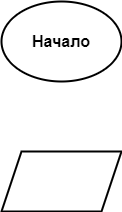
ga1kokuj1n/Lab1 keeps this draw.io diagram as Lab1/Lab1.2/Lab1.2.drawio.png. Above is the earlier version. Source tidied: cells renumbered, new cells last; positions are measured from the earlier drawing's top-left corner, leaving out a move shared by most shapes. Its diagram source:
```xml
<mxGraphModel>
  <root>
    <mxCell id="0" />
    <mxCell id="1" parent="0" />
    <mxCell id="2" value="&lt;b&gt;&lt;font style=&quot;font-size: 16px&quot;&gt;Начало&lt;/font&gt;&lt;/b&gt;" style="ellipse;whiteSpace=wrap;html=1;strokeWidth=2;" parent="1" vertex="1">
      <mxGeometry width="120" height="80" as="geometry" />
    </mxCell>
    <mxCell id="3" style="shape=parallelogram;perimeter=parallelogramPerimeter;whiteSpace=wrap;html=1;fixedSize=1;fontSize=16;strokeWidth=2;" parent="1" vertex="1">
      <mxGeometry y="150" width="120" height="60" as="geometry" />
    </mxCell>
  </root>
</mxGraphModel>
```
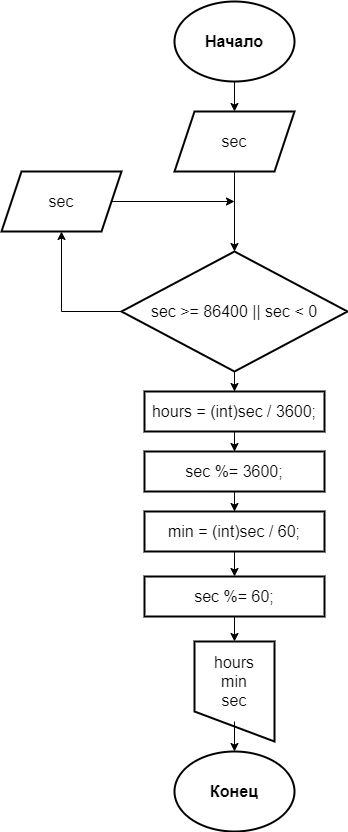
Later version of the same file.

The edit, as a diff of the source:
```diff
@@ -2,11 +2,73 @@
   <root>
     <mxCell id="0" />
     <mxCell id="1" parent="0" />
+    <mxCell id="4" style="edgeStyle=orthogonalEdgeStyle;rounded=0;jettySize=auto;html=1;entryX=0.5;entryY=0;entryDx=0;entryDy=0;fontSize=16;" parent="1" edge="1" source="2" target="3">
+      <mxGeometry relative="1" as="geometry" />
+    </mxCell>
     <mxCell id="2" value="&lt;b&gt;&lt;font style=&quot;font-size: 16px&quot;&gt;Начало&lt;/font&gt;&lt;/b&gt;" style="ellipse;whiteSpace=wrap;html=1;strokeWidth=2;" parent="1" vertex="1">
-      <mxGeometry width="120" height="80" as="geometry" />
+      <mxGeometry x="6" width="120" height="80" as="geometry" />
     </mxCell>
+    <mxCell id="5" style="edgeStyle=orthogonalEdgeStyle;rounded=0;jettySize=auto;html=1;entryX=0.5;entryY=0;entryDx=0;entryDy=0;fontSize=16;exitX=0.5;exitY=1;exitDx=0;exitDy=0;" parent="1" edge="1" source="3" target="8">
+      <mxGeometry relative="1" as="geometry" />
+    </mxCell>
-    <mxCell id="3" style="shape=parallelogram;perimeter=parallelogramPerimeter;whiteSpace=wrap;html=1;fixedSize=1;fontSize=16;strokeWidth=2;" parent="1" vertex="1">
-      <mxGeometry y="150" width="120" height="60" as="geometry" />
+    <mxCell id="3" value="sec" style="shape=parallelogram;perimeter=parallelogramPerimeter;whiteSpace=wrap;html=1;fixedSize=1;fontSize=16;strokeWidth=2;" parent="1" vertex="1">
+      <mxGeometry x="6" y="110" width="120" height="60" as="geometry" />
     </mxCell>
+    <mxCell id="6" style="rounded=0;jettySize=auto;html=1;fontSize=16;exitX=0;exitY=0.5;exitDx=0;exitDy=0;edgeStyle=orthogonalEdgeStyle;" parent="1" edge="1" source="8" target="10">
+      <mxGeometry relative="1" as="geometry" />
+    </mxCell>
+    <mxCell id="7" style="edgeStyle=orthogonalEdgeStyle;rounded=0;jettySize=auto;html=1;entryX=0.5;entryY=0;entryDx=0;entryDy=0;fontSize=16;" parent="1" edge="1" source="8" target="12">
+      <mxGeometry relative="1" as="geometry" />
+    </mxCell>
+    <mxCell id="8" value="sec &amp;gt;= 86400 || sec &amp;lt; 0" style="rhombus;whiteSpace=wrap;html=1;fontSize=16;strokeWidth=2;" parent="1" vertex="1">
+      <mxGeometry x="-47" y="250" width="226" height="120" as="geometry" />
+    </mxCell>
+    <mxCell id="9" style="edgeStyle=orthogonalEdgeStyle;rounded=0;jettySize=auto;html=1;fontSize=16;" parent="1" edge="1" source="10">
+      <mxGeometry relative="1" as="geometry">
+        <mxPoint x="66" y="200" as="targetPoint" />
+      </mxGeometry>
+    </mxCell>
+    <mxCell id="10" value="sec" style="shape=parallelogram;perimeter=parallelogramPerimeter;whiteSpace=wrap;html=1;fixedSize=1;fontSize=16;strokeWidth=2;" parent="1" vertex="1">
+      <mxGeometry x="-167" y="170" width="120" height="60" as="geometry" />
+    </mxCell>
+    <mxCell id="11" style="edgeStyle=orthogonalEdgeStyle;rounded=0;jettySize=auto;html=1;entryX=0.5;entryY=0;entryDx=0;entryDy=0;fontSize=16;" parent="1" edge="1" source="12" target="14">
+      <mxGeometry relative="1" as="geometry" />
+    </mxCell>
+    <mxCell id="12" value="hours = (int)sec / 3600;" style="whiteSpace=wrap;html=1;fontSize=16;strokeWidth=2;" parent="1" vertex="1">
+      <mxGeometry x="-24" y="390" width="180" height="40" as="geometry" />
+    </mxCell>
+    <mxCell id="13" style="edgeStyle=orthogonalEdgeStyle;rounded=0;jettySize=auto;html=1;entryX=0.5;entryY=0;entryDx=0;entryDy=0;fontSize=16;" parent="1" edge="1" source="14" target="16">
+      <mxGeometry relative="1" as="geometry" />
+    </mxCell>
+    <mxCell id="14" value="sec %= 3600;" style="whiteSpace=wrap;html=1;fontSize=16;strokeWidth=2;" parent="1" vertex="1">
+      <mxGeometry x="-24" y="450" width="180" height="40" as="geometry" />
+    </mxCell>
+    <mxCell id="15" style="edgeStyle=orthogonalEdgeStyle;rounded=0;jettySize=auto;html=1;entryX=0.5;entryY=0;entryDx=0;entryDy=0;fontSize=16;" parent="1" edge="1" source="16" target="18">
+      <mxGeometry relative="1" as="geometry" />
+    </mxCell>
+    <mxCell id="16" value="min = (int)sec / 60;" style="whiteSpace=wrap;html=1;fontSize=16;strokeWidth=2;" parent="1" vertex="1">
+      <mxGeometry x="-24" y="510" width="180" height="40" as="geometry" />
+    </mxCell>
+    <mxCell id="17" style="edgeStyle=orthogonalEdgeStyle;rounded=0;jettySize=auto;html=1;fontSize=16;" parent="1" edge="1" source="18" target="20">
+      <mxGeometry relative="1" as="geometry" />
+    </mxCell>
+    <mxCell id="18" value="sec %= 60;" style="whiteSpace=wrap;html=1;fontSize=16;strokeWidth=2;" parent="1" vertex="1">
+      <mxGeometry x="-24" y="575" width="180" height="40" as="geometry" />
+    </mxCell>
+    <mxCell id="19" style="group;" parent="1" vertex="1">
+      <mxGeometry x="26" y="640" width="80" height="100" as="geometry" />
+    </mxCell>
+    <mxCell id="20" style="shape=manualInput;whiteSpace=wrap;html=1;fontSize=16;strokeWidth=2;flipV=1;" parent="19" vertex="1">
+      <mxGeometry width="80" height="100" as="geometry" />
+    </mxCell>
+    <mxCell id="21" value="hours&lt;br&gt;min&lt;br&gt;sec" style="whiteSpace=wrap;html=1;fontSize=16;strokeWidth=2;strokeColor=none;fillColor=none;" parent="19" vertex="1">
+      <mxGeometry width="80" height="80" as="geometry" />
+    </mxCell>
+    <mxCell id="22" value="&lt;span style=&quot;font-size: 16px&quot;&gt;&lt;b&gt;Конец&lt;/b&gt;&lt;/span&gt;" style="ellipse;whiteSpace=wrap;html=1;strokeWidth=2;" parent="1" vertex="1">
+      <mxGeometry x="6" y="750" width="120" height="80" as="geometry" />
+    </mxCell>
+    <mxCell id="23" style="edgeStyle=orthogonalEdgeStyle;rounded=0;jettySize=auto;html=1;exitX=0.5;exitY=1;exitDx=0;exitDy=0;entryX=0.5;entryY=0;entryDx=0;entryDy=0;fontSize=16;" parent="1" edge="1" source="21" target="22">
+      <mxGeometry relative="1" as="geometry" />
+    </mxCell>
   </root>
 </mxGraphModel>
```
